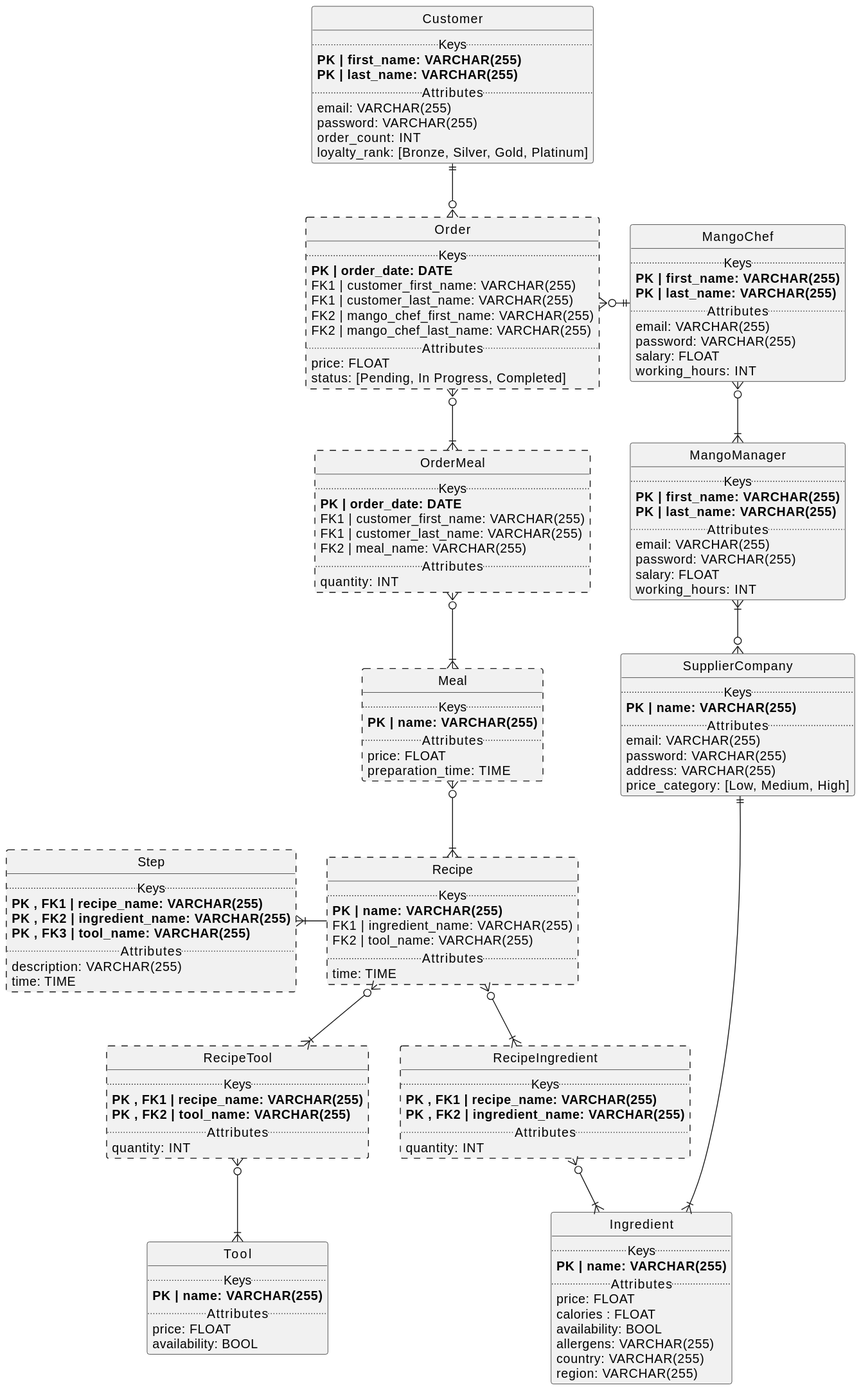
Earlier version of the PlantUML export Diagrams/Table.svg (MorganKryze/MangoDB).
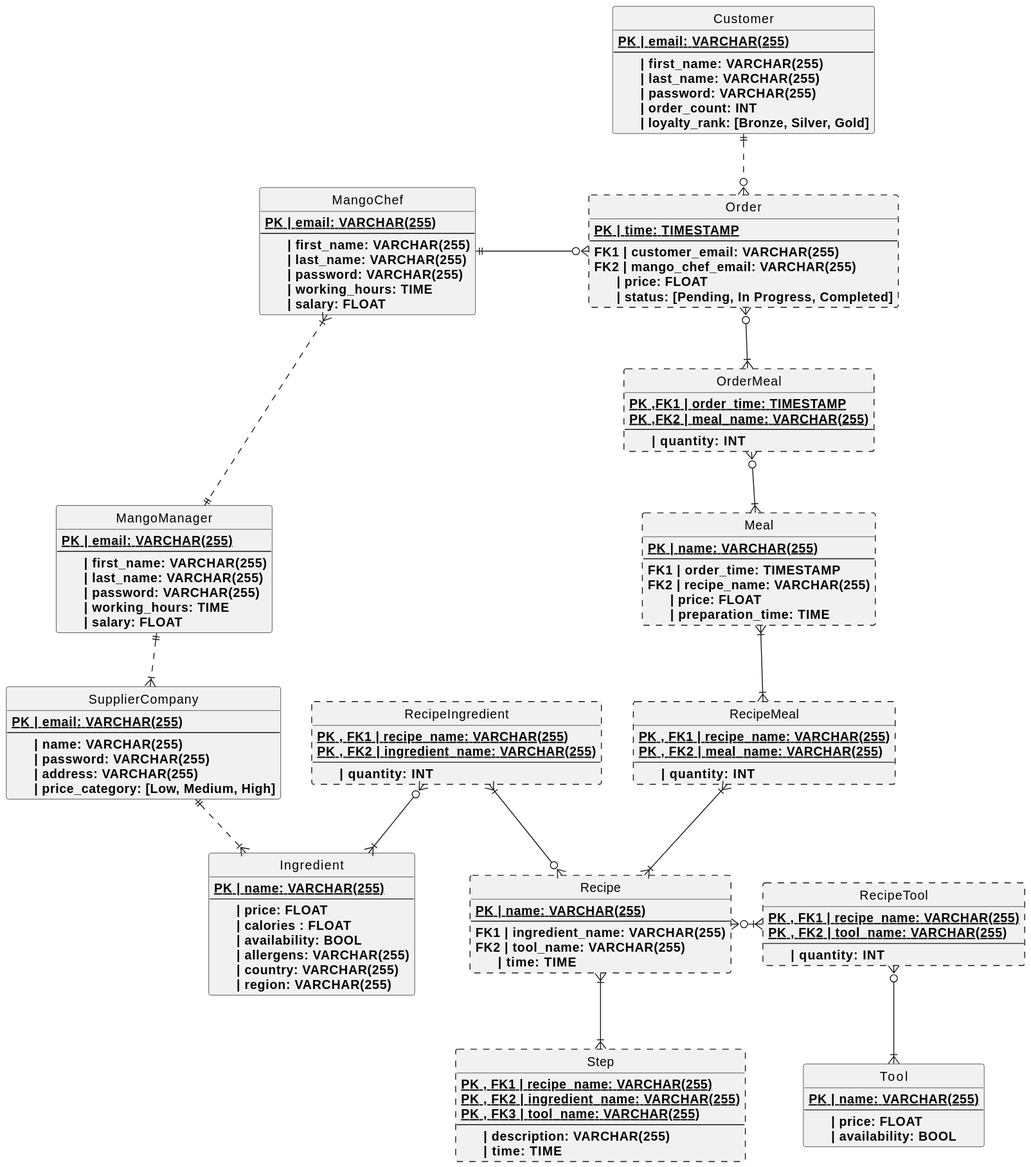
After the change.

What changed in the source:
```diff
@@ -3,163 +3,155 @@
 
 entity Customer
 {
-    ..Keys..
-    <b>PK | first_name: VARCHAR(255)
-    <b>PK | last_name: VARCHAR(255)
-    ..Attributes..
-    email: VARCHAR(255)
-    password: VARCHAR(255)
-    order_count: INT
-    loyalty_rank: [Bronze, Silver, Gold, Platinum]
+    {static}<b>PK | email: VARCHAR(255)
+    --
+    <b>     | first_name: VARCHAR(255)
+    <b>     | last_name: VARCHAR(255)
+    <b>     | password: VARCHAR(255)
+    <b>     | order_count: INT
+    <b>     | loyalty_rank: [Bronze, Silver, Gold]
 }
 
 entity Order ##[dashed]
 {
-    ..Keys..
-    <b>PK | order_date: DATE
-    FK1 | customer_first_name: VARCHAR(255)
-    FK1 | customer_last_name: VARCHAR(255)
-    FK2 | mango_chef_first_name: VARCHAR(255)
-    FK2 | mango_chef_last_name: VARCHAR(255)
-    ..Attributes..
-    price: FLOAT
-    status: [Pending, In Progress, Completed]
+    {static}<b>PK | time: TIMESTAMP
+    --
+    <b>FK1 | customer_email: VARCHAR(255)
+    <b>FK2 | mango_chef_email: VARCHAR(255)
+    <b>     | price: FLOAT
+    <b>     | status: [Pending, In Progress, Completed]
 }
 
 entity OrderMeal ##[dashed]
 {
-    ..Keys..
-    <b>PK | order_date: DATE
-    FK1 | customer_first_name: VARCHAR(255)
-    FK1 | customer_last_name: VARCHAR(255)
-    FK2 | meal_name: VARCHAR(255)
-    ..Attributes..
-    quantity: INT
+    {static}<b>PK ,FK1 | order_time: TIMESTAMP
+    {static}<b>PK ,FK2 | meal_name: VARCHAR(255)
+    --
+    <b>     | quantity: INT
 }
 
 entity Meal ##[dashed]
 {
-    ..Keys..
-    <b>PK | name: VARCHAR(255)
-    ..Attributes..
-    price: FLOAT
-    preparation_time: TIME
+    {static}<b>PK | name: VARCHAR(255)
+    --
+    <b>FK1 | order_time: TIMESTAMP
+    <b>FK2 | recipe_name: VARCHAR(255)
+    <b>     | price: FLOAT
+    <b>     | preparation_time: TIME
+}
+
+entity RecipeMeal ##[dashed]
+{
+    {static}<b>PK , FK1 | recipe_name: VARCHAR(255)
+    {static}<b>PK , FK2 | meal_name: VARCHAR(255)
+    --
+    <b>     | quantity: INT
 }
 
 entity Recipe ##[dashed]
 {
-    ..Keys..
-    <b>PK | name: VARCHAR(255)
-    FK1 | ingredient_name: VARCHAR(255)
-    FK2 | tool_name: VARCHAR(255)
-    ..Attributes..
-    time: TIME
+    {static}<b>PK | name: VARCHAR(255)
+    --
+    <b>FK1 | ingredient_name: VARCHAR(255)
+    <b>FK2 | tool_name: VARCHAR(255)
+    <b>     | time: TIME
 }
 
 entity Step ##[dashed]
 {
-    ..Keys..
-    <b>PK , FK1 | recipe_name: VARCHAR(255)
-    <b>PK , FK2 | ingredient_name: VARCHAR(255)
-    <b>PK , FK3 | tool_name: VARCHAR(255)
-    ..Attributes..
-    description: VARCHAR(255)
-    time: TIME
+    {static}<b>PK , FK1 | recipe_name: VARCHAR(255)
+    {static}<b>PK , FK2 | ingredient_name: VARCHAR(255)
+    {static}<b>PK , FK3 | tool_name: VARCHAR(255)
+    --
+    <b>     | description: VARCHAR(255)
+    <b>     | time: TIME
 }
 
 entity RecipeIngredient ##[dashed]
 {
-    ..Keys..
-    <b>PK , FK1 | recipe_name: VARCHAR(255)
-    <b>PK , FK2 | ingredient_name: VARCHAR(255)
-    ..Attributes..
-    quantity: INT
+    {static}<b>PK , FK1 | recipe_name: VARCHAR(255)
+    {static}<b>PK , FK2 | ingredient_name: VARCHAR(255)
+    --
+    <b>     | quantity: INT
 }
 
 entity RecipeTool ##[dashed]
 {
-    ..Keys..
-    <b>PK , FK1 | recipe_name: VARCHAR(255)
-    <b>PK , FK2 | tool_name: VARCHAR(255)
-    ..Attributes..
-    quantity: INT
+    {static}<b>PK , FK1 | recipe_name: VARCHAR(255)
+    {static}<b>PK , FK2 | tool_name: VARCHAR(255)
+    --
+    <b>     | quantity: INT
 }
 
 entity Ingredient
 {
-    ..Keys..
-    <b>PK | name: VARCHAR(255)
-    ..Attributes..
-    price: FLOAT
-    calories : FLOAT
-    availability: BOOL
-    allergens: VARCHAR(255)
-    country: VARCHAR(255)
-    region: VARCHAR(255)
+    {static}<b>PK | name: VARCHAR(255)
+    --
+    <b>     | price: FLOAT
+    <b>     | calories : FLOAT
+    <b>     | availability: BOOL
+    <b>     | allergens: VARCHAR(255)
+    <b>     | country: VARCHAR(255)
+    <b>     | region: VARCHAR(255)
 }
 
 entity Tool
 {
-    ..Keys..
-    <b>PK | name: VARCHAR(255)
-    ..Attributes..
-    price: FLOAT
-    availability: BOOL
+    {static}<b>PK | name: VARCHAR(255)
+    --
+    <b>     | price: FLOAT
+    <b>     | availability: BOOL
 }
 
 
 entity SupplierCompany
 {
-    ..Keys..
-    <b>PK | name: VARCHAR(255)
-    ..Attributes..
-    email: VARCHAR(255)
-    password: VARCHAR(255)
-    address: VARCHAR(255)
-    price_category: [Low, Medium, High]
+    {static}<b>PK | email: VARCHAR(255)
+    --
+    <b>     | name: VARCHAR(255)
+    <b>     | password: VARCHAR(255)
+    <b>     | address: VARCHAR(255)
+    <b>     | price_category: [Low, Medium, High]
 }
-
-
 
 entity MangoChef
 {
-    ..Keys..
-    <b>PK | first_name: VARCHAR(255)
-    <b>PK | last_name: VARCHAR(255)
-    ..Attributes..
-    email: VARCHAR(255)
-    password: VARCHAR(255)
-    salary: FLOAT
-    working_hours: INT
+    {static}<b>PK | email: VARCHAR(255)
+    --
+    <b>     | first_name: VARCHAR(255)
+    <b>     | last_name: VARCHAR(255)
+    <b>     | password: VARCHAR(255)
+    <b>     | working_hours: TIME
+    <b>     | salary: FLOAT
 }
 
 entity MangoManager
 {
-    ..Keys..
-    <b>PK | first_name: VARCHAR(255)
-    <b>PK | last_name: VARCHAR(255)
-    ..Attributes..
-    email: VARCHAR(255)
-    password: VARCHAR(255)
-    salary: FLOAT
-    working_hours: INT
+    {static}<b>PK | email: VARCHAR(255)
+    --
+    <b>     | first_name: VARCHAR(255)
+    <b>     | last_name: VARCHAR(255)
+    <b>     | password: VARCHAR(255)
+    <b>     | working_hours: TIME
+    <b>     | salary: FLOAT
 }
 
-MangoManager }|-down-o{ SupplierCompany
-MangoManager }|-up-o{ MangoChef
-MangoChef ||-left-o{ Order
+MangoManager ||.down-|{ SupplierCompany
+MangoManager ||.up..|{ MangoChef
+MangoChef ||-right-o{ Order
 
-SupplierCompany ||-down-|{ Ingredient
+SupplierCompany ||.down-|{ Ingredient
 
-Customer ||-down-o{ Order
+Customer ||.down-o{ Order
 Order  }o-down-|{ OrderMeal
 OrderMeal }o-down-|{ Meal
-Meal }o-down-|{ Recipe
 
-Recipe }o-down-|{ RecipeIngredient
-Recipe }o-down-|{ RecipeTool
+Recipe }o-left-|{ RecipeIngredient
 RecipeIngredient }o-down-|{ Ingredient
+Recipe }o-right-|{ RecipeTool
 RecipeTool }o-down-|{ Tool
 
-Recipe -left-|{ Step
+Recipe }|-down-|{ Step
+Meal }|-down-|{ RecipeMeal
+Recipe }|-up-|{ RecipeMeal
 @enduml
```
